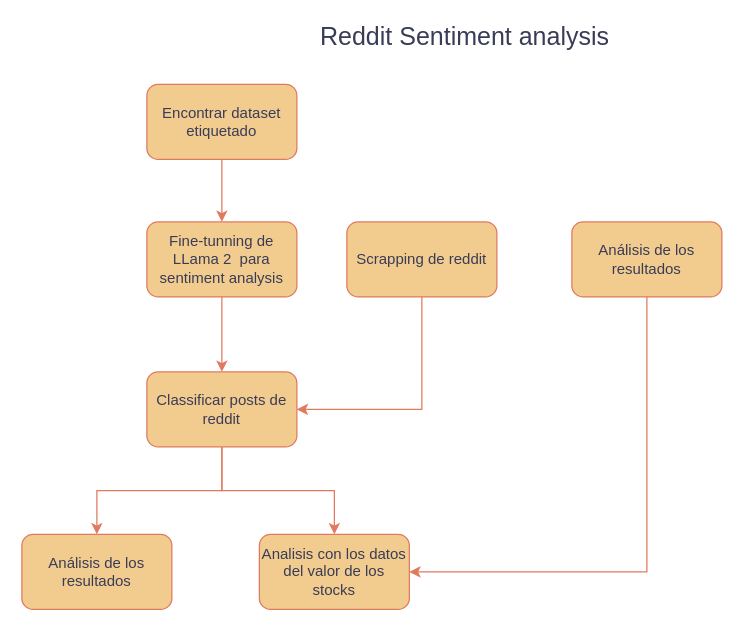
The draw.io diagram Project Roadmap.drawio in santamav/SKJ006-Big_Data_Analytics, before the edit. Source tidied: cells renumbered, new cells numbered last; positions are measured from the earlier drawing's top-left corner, leaving out a move shared by most shapes. Both pictures are drawn from the tidied source at 125%, with x=0, y=0 at pixel (21, 34).
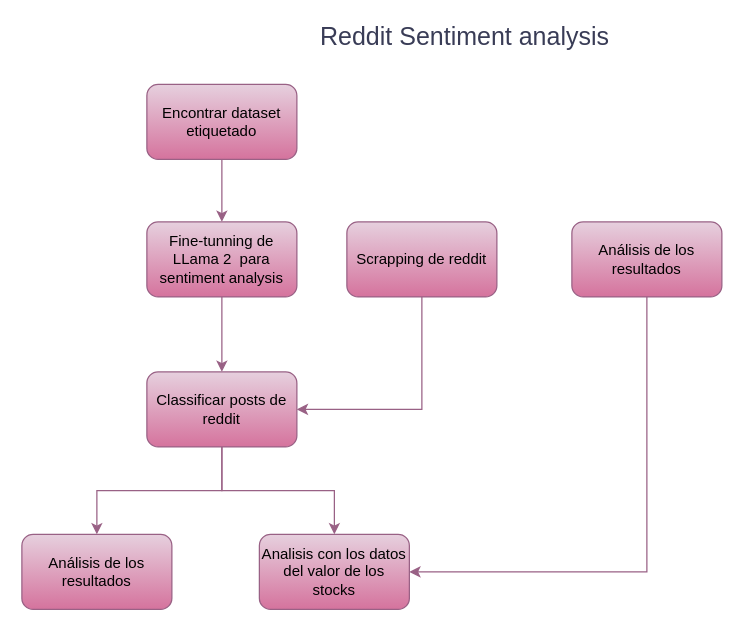
Above is the later version.

Diff of the diagram source:
```diff
@@
 <mxGraphModel>
   <root>
     <mxCell id="0" />
     <mxCell id="1" parent="0" />
-    <mxCell id="2" style="edgeStyle=orthogonalEdgeStyle;rounded=0;jettySize=auto;html=1;exitX=0.5;exitY=1;exitDx=0;exitDy=0;entryX=0.5;entryY=0;entryDx=0;entryDy=0;strokeColor=#E07A5F;fontColor=#393C56;fillColor=#F2CC8F;" parent="1" edge="1" source="3" target="9">
+    <mxCell id="2" style="edgeStyle=orthogonalEdgeStyle;rounded=0;jettySize=auto;html=1;exitX=0.5;exitY=1;exitDx=0;exitDy=0;entryX=0.5;entryY=0;entryDx=0;entryDy=0;fontColor=#393C56;fillColor=#e6d0de;strokeColor=#996185;gradientColor=#d5739d;shadow=0;" parent="1" edge="1" source="3" target="9">
       <mxGeometry relative="1" as="geometry" />
     </mxCell>
-    <mxCell id="3" value="Fine-tunning de LLama 2&amp;nbsp; para sentiment analysis" style="rounded=1;whiteSpace=wrap;html=1;fontSize=12;glass=0;strokeWidth=1;shadow=0;labelBackgroundColor=none;fillColor=#F2CC8F;strokeColor=#E07A5F;fontColor=#393C56;" parent="1" vertex="1">
+    <mxCell id="3" value="Fine-tunning de LLama 2&amp;nbsp; para sentiment analysis" style="rounded=1;whiteSpace=wrap;html=1;fontSize=12;glass=0;strokeWidth=1;shadow=0;labelBackgroundColor=none;fillColor=#e6d0de;strokeColor=#996185;gradientColor=#d5739d;" parent="1" vertex="1">
       <mxGeometry x="100" y="150" width="120" height="60" as="geometry" />
     </mxCell>
     <mxCell id="4" value="&lt;div align=&quot;center&quot;&gt;Reddit Sentiment analysis&lt;br&gt;&lt;/div&gt;" style="text;html=1;strokeColor=none;fillColor=none;spacing=5;spacingTop=-20;whiteSpace=wrap;overflow=hidden;rounded=1;fontSize=20;fontFamily=Helvetica;labelBackgroundColor=none;fontColor=#393C56;" parent="1" vertex="1">
       <mxGeometry x="234" width="240" height="20" as="geometry" />
     </mxCell>
-    <mxCell id="5" style="edgeStyle=orthogonalEdgeStyle;rounded=0;jettySize=auto;html=1;entryX=1;entryY=0.5;entryDx=0;entryDy=0;strokeColor=#E07A5F;fontColor=#393C56;fillColor=#F2CC8F;exitX=0.5;exitY=1;exitDx=0;exitDy=0;" parent="1" edge="1" source="6" target="9">
+    <mxCell id="5" style="edgeStyle=orthogonalEdgeStyle;rounded=0;jettySize=auto;html=1;entryX=1;entryY=0.5;entryDx=0;entryDy=0;fontColor=#393C56;fillColor=#e6d0de;exitX=0.5;exitY=1;exitDx=0;exitDy=0;strokeColor=#996185;gradientColor=#d5739d;shadow=0;" parent="1" edge="1" source="6" target="9">
       <mxGeometry relative="1" as="geometry" />
     </mxCell>
-    <mxCell id="6" value="Scrapping de reddit" style="rounded=1;whiteSpace=wrap;html=1;fontSize=12;glass=0;strokeWidth=1;shadow=0;labelBackgroundColor=none;fillColor=#F2CC8F;strokeColor=#E07A5F;fontColor=#393C56;" parent="1" vertex="1">
+    <mxCell id="6" value="Scrapping de reddit" style="rounded=1;whiteSpace=wrap;html=1;fontSize=12;glass=0;strokeWidth=1;shadow=0;labelBackgroundColor=none;fillColor=#e6d0de;strokeColor=#996185;gradientColor=#d5739d;" parent="1" vertex="1">
       <mxGeometry x="260" y="150" width="120" height="60" as="geometry" />
     </mxCell>
-    <mxCell id="7" style="edgeStyle=orthogonalEdgeStyle;rounded=0;jettySize=auto;html=1;strokeColor=#E07A5F;fontColor=#393C56;fillColor=#F2CC8F;" parent="1" edge="1" source="9" target="10">
+    <mxCell id="7" style="edgeStyle=orthogonalEdgeStyle;rounded=0;jettySize=auto;html=1;fontColor=#393C56;fillColor=#e6d0de;strokeColor=#996185;gradientColor=#d5739d;shadow=0;" parent="1" edge="1" source="9" target="10">
       <mxGeometry relative="1" as="geometry" />
     </mxCell>
-    <mxCell id="8" style="edgeStyle=orthogonalEdgeStyle;rounded=0;jettySize=auto;html=1;exitX=0.5;exitY=1;exitDx=0;exitDy=0;entryX=0.5;entryY=0;entryDx=0;entryDy=0;strokeColor=#E07A5F;fontColor=#393C56;fillColor=#F2CC8F;" parent="1" edge="1" source="9" target="13">
+    <mxCell id="8" style="edgeStyle=orthogonalEdgeStyle;rounded=0;jettySize=auto;html=1;exitX=0.5;exitY=1;exitDx=0;exitDy=0;entryX=0.5;entryY=0;entryDx=0;entryDy=0;fontColor=#393C56;fillColor=#e6d0de;strokeColor=#996185;gradientColor=#d5739d;shadow=0;" parent="1" edge="1" source="9" target="13">
       <mxGeometry relative="1" as="geometry" />
     </mxCell>
-    <mxCell id="9" value="Classificar posts de reddit" style="rounded=1;whiteSpace=wrap;html=1;fontSize=12;glass=0;strokeWidth=1;shadow=0;labelBackgroundColor=none;fillColor=#F2CC8F;strokeColor=#E07A5F;fontColor=#393C56;" parent="1" vertex="1">
+    <mxCell id="9" value="Classificar posts de reddit" style="rounded=1;whiteSpace=wrap;html=1;fontSize=12;glass=0;strokeWidth=1;shadow=0;labelBackgroundColor=none;fillColor=#e6d0de;strokeColor=#996185;gradientColor=#d5739d;" parent="1" vertex="1">
       <mxGeometry x="100" y="270" width="120" height="60" as="geometry" />
     </mxCell>
-    <mxCell id="10" value="Análisis de los resultados" style="whiteSpace=wrap;html=1;fillColor=#F2CC8F;strokeColor=#E07A5F;fontColor=#393C56;rounded=1;glass=0;strokeWidth=1;shadow=0;labelBackgroundColor=none;" parent="1" vertex="1">
+    <mxCell id="10" value="Análisis de los resultados" style="whiteSpace=wrap;html=1;fillColor=#e6d0de;rounded=1;glass=0;strokeWidth=1;shadow=0;labelBackgroundColor=none;strokeColor=#996185;gradientColor=#d5739d;" parent="1" vertex="1">
       <mxGeometry y="400" width="120" height="60" as="geometry" />
     </mxCell>
-    <mxCell id="11" style="edgeStyle=orthogonalEdgeStyle;rounded=0;jettySize=auto;html=1;entryX=0.5;entryY=0;entryDx=0;entryDy=0;strokeColor=#E07A5F;fontColor=#393C56;fillColor=#F2CC8F;" parent="1" edge="1" source="12" target="3">
+    <mxCell id="11" style="edgeStyle=orthogonalEdgeStyle;rounded=0;jettySize=auto;html=1;entryX=0.5;entryY=0;entryDx=0;entryDy=0;fontColor=#393C56;fillColor=#e6d0de;strokeColor=#996185;gradientColor=#d5739d;shadow=0;" parent="1" edge="1" source="12" target="3">
       <mxGeometry relative="1" as="geometry" />
     </mxCell>
-    <mxCell id="12" value="Encontrar dataset etiquetado" style="whiteSpace=wrap;html=1;fillColor=#F2CC8F;strokeColor=#E07A5F;fontColor=#393C56;rounded=1;glass=0;strokeWidth=1;shadow=0;labelBackgroundColor=none;" parent="1" vertex="1">
+    <mxCell id="12" value="Encontrar dataset etiquetado" style="whiteSpace=wrap;html=1;fillColor=#e6d0de;rounded=1;glass=0;strokeWidth=1;shadow=0;labelBackgroundColor=none;strokeColor=#996185;gradientColor=#d5739d;" parent="1" vertex="1">
       <mxGeometry x="100" y="40" width="120" height="60" as="geometry" />
     </mxCell>
-    <mxCell id="13" value="Analisis con los datos del valor de los stocks" style="whiteSpace=wrap;html=1;fillColor=#F2CC8F;strokeColor=#E07A5F;fontColor=#393C56;rounded=1;glass=0;strokeWidth=1;shadow=0;labelBackgroundColor=none;" parent="1" vertex="1">
+    <mxCell id="13" value="Analisis con los datos del valor de los stocks" style="whiteSpace=wrap;html=1;fillColor=#e6d0de;rounded=1;glass=0;strokeWidth=1;shadow=0;labelBackgroundColor=none;strokeColor=#996185;gradientColor=#d5739d;" parent="1" vertex="1">
       <mxGeometry x="190" y="400" width="120" height="60" as="geometry" />
     </mxCell>
-    <mxCell id="14" style="edgeStyle=orthogonalEdgeStyle;rounded=0;jettySize=auto;html=1;exitX=0.5;exitY=1;exitDx=0;exitDy=0;entryX=1;entryY=0.5;entryDx=0;entryDy=0;strokeColor=#E07A5F;fontColor=#393C56;fillColor=#F2CC8F;" parent="1" edge="1" source="15" target="13">
+    <mxCell id="14" style="edgeStyle=orthogonalEdgeStyle;rounded=0;jettySize=auto;html=1;exitX=0.5;exitY=1;exitDx=0;exitDy=0;entryX=1;entryY=0.5;entryDx=0;entryDy=0;fontColor=#393C56;fillColor=#e6d0de;strokeColor=#996185;gradientColor=#d5739d;shadow=0;" parent="1" edge="1" source="15" target="13">
       <mxGeometry relative="1" as="geometry" />
     </mxCell>
-    <mxCell id="15" value="Análisis de los resultados" style="whiteSpace=wrap;html=1;fillColor=#F2CC8F;strokeColor=#E07A5F;fontColor=#393C56;rounded=1;glass=0;strokeWidth=1;shadow=0;labelBackgroundColor=none;" parent="1" vertex="1">
+    <mxCell id="15" value="Análisis de los resultados" style="whiteSpace=wrap;html=1;fillColor=#e6d0de;rounded=1;glass=0;strokeWidth=1;shadow=0;labelBackgroundColor=none;strokeColor=#996185;gradientColor=#d5739d;" parent="1" vertex="1">
       <mxGeometry x="440" y="150" width="120" height="60" as="geometry" />
     </mxCell>
   </root>
 </mxGraphModel>
```
